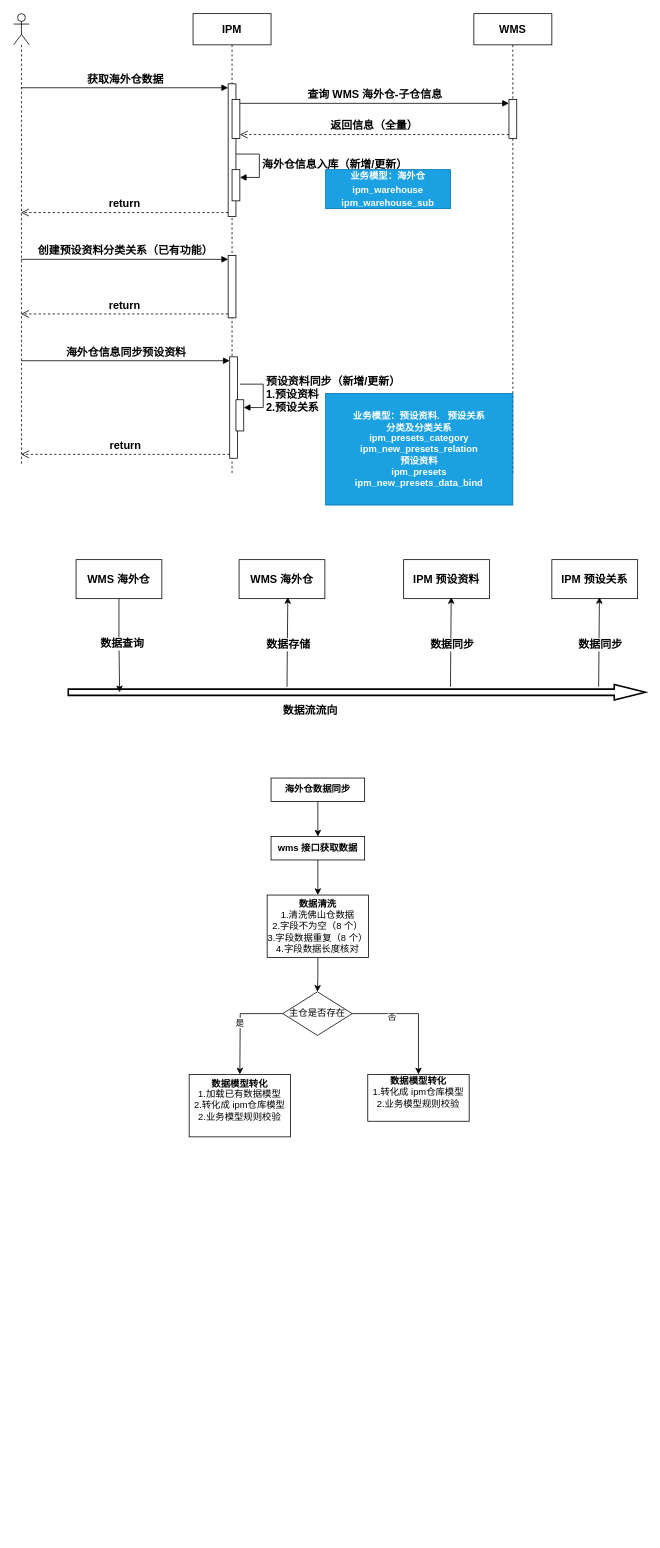
Above: shein/海外仓计划.drawio in Msimplehub/abbysun (draw.io), before the change. Source tidied: cells renumbered, new cells numbered last; positions are measured from the earlier drawing's top-left corner, leaving out a move shared by most shapes. Both pictures are drawn from the tidied source at 78%, with x=0, y=0 at pixel (13, 13).
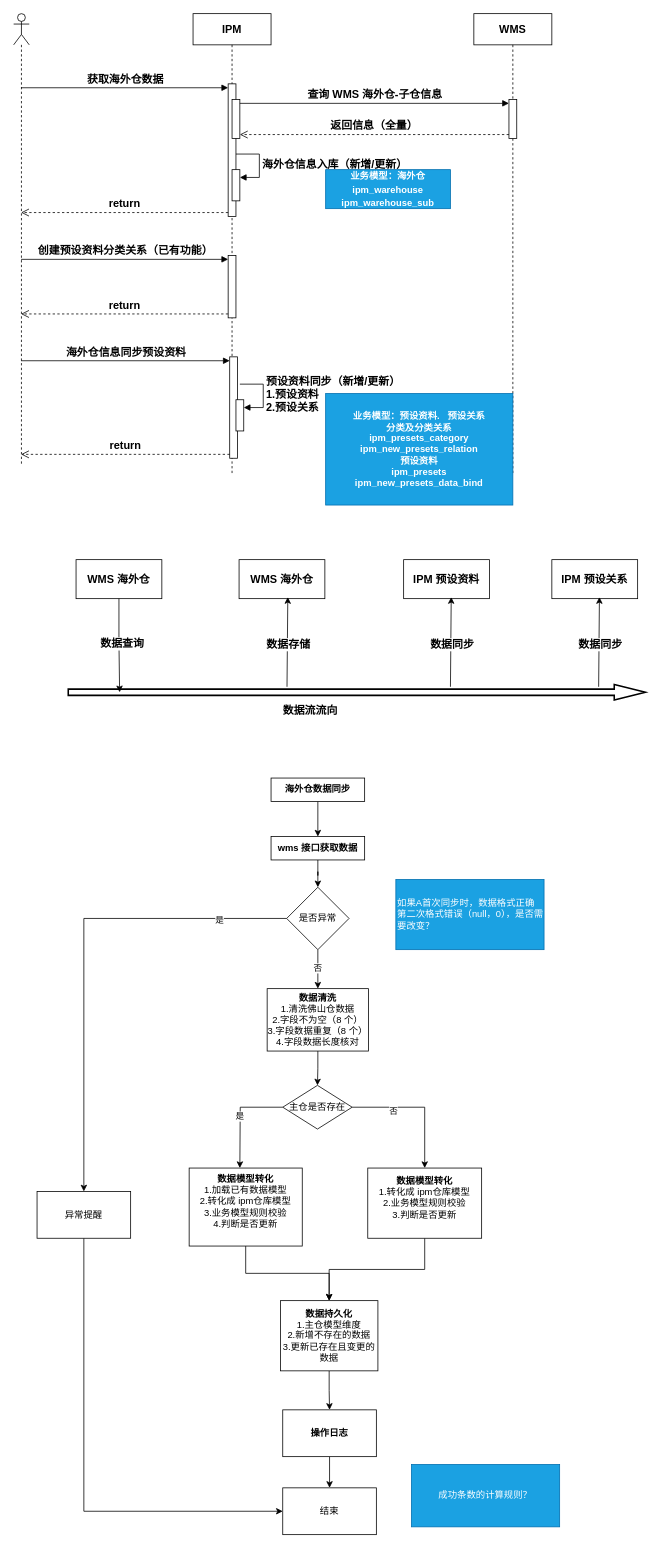
The same diagram, later.

Commit message:
更新海外仓计划.drawio

The change refers to these unchanged cells:
```xml
<mxCell id="41" value="&lt;b&gt;wms 接口获取数据&lt;/b&gt;" style="rounded=0;whiteSpace=wrap;html=1;" parent="1" vertex="1">
  <mxGeometry x="330" y="1055" width="120" height="30" as="geometry" />
</mxCell>
```

The edit, as a diff of the source:
```diff
@@
-    <mxCell id="40" style="edgeStyle=orthogonalEdgeStyle;rounded=0;jettySize=auto;html=1;exitX=0.5;exitY=1;exitDx=0;exitDy=0;entryX=0.5;entryY=0;entryDx=0;entryDy=0;" parent="1" edge="1" source="41" target="43">
+    <mxCell id="40" style="edgeStyle=orthogonalEdgeStyle;rounded=0;jettySize=auto;html=1;exitX=0.5;exitY=1;exitDx=0;exitDy=0;" parent="1" edge="1" source="41" target="60">
       <mxGeometry relative="1" as="geometry" />
     </mxCell>
@@
     <mxCell id="43" value="&lt;b&gt;数据清洗&lt;/b&gt;&lt;div&gt;1.清洗佛山仓数据&lt;br&gt;&lt;div&gt;2.字段不为空（8 个）&lt;/div&gt;&lt;div&gt;3.字段数据重复（8 个）&lt;/div&gt;&lt;div&gt;4.字段数据长度核对&lt;/div&gt;&lt;/div&gt;" style="rounded=0;whiteSpace=wrap;html=1;" parent="1" vertex="1">
-      <mxGeometry x="325" y="1130" width="130" height="80" as="geometry" />
+      <mxGeometry x="325" y="1250" width="130" height="80" as="geometry" />
     </mxCell>
+    <mxCell id="51" style="edgeStyle=orthogonalEdgeStyle;rounded=0;jettySize=auto;html=1;exitX=0.5;exitY=1;exitDx=0;exitDy=0;" parent="1" edge="1" source="44" target="54">
+      <mxGeometry relative="1" as="geometry" />
+    </mxCell>
-    <mxCell id="44" value="&lt;div&gt;&lt;b&gt;数据模型转化&lt;/b&gt;&lt;/div&gt;&lt;div&gt;1.加载已有数据模型&lt;/div&gt;&lt;div&gt;2.转化成 ipm仓库模型&lt;/div&gt;&lt;div&gt;2.业务模型规则校验&lt;/div&gt;&lt;div&gt;&lt;br&gt;&lt;/div&gt;" style="rounded=0;whiteSpace=wrap;html=1;" parent="1" vertex="1">
-      <mxGeometry x="225" y="1360" width="130" height="80" as="geometry" />
+    <mxCell id="44" value="&lt;div&gt;&lt;b&gt;数据模型转化&lt;/b&gt;&lt;/div&gt;&lt;div&gt;1.加载已有数据模型&lt;/div&gt;&lt;div&gt;2.转化成 ipm仓库模型&lt;/div&gt;&lt;div&gt;3.业务模型规则校验&lt;/div&gt;&lt;div&gt;4.判断是否更新&lt;/div&gt;&lt;div&gt;&lt;br&gt;&lt;/div&gt;" style="rounded=0;whiteSpace=wrap;html=1;" parent="1" vertex="1">
+      <mxGeometry x="225" y="1480" width="145" height="100" as="geometry" />
     </mxCell>
     <mxCell id="45" style="edgeStyle=orthogonalEdgeStyle;rounded=0;jettySize=auto;html=1;exitX=0;exitY=0.5;exitDx=0;exitDy=0;" parent="1" edge="1" source="49">
       <mxGeometry relative="1" as="geometry">
-        <mxPoint x="290" y="1360" as="targetPoint" />
+        <mxPoint x="290" y="1480" as="targetPoint" />
       </mxGeometry>
     </mxCell>
@@
     <mxCell id="49" value="主仓是否存在" style="rhombus;whiteSpace=wrap;html=1;" parent="1" vertex="1">
-      <mxGeometry x="345" y="1254" width="89" height="56" as="geometry" />
+      <mxGeometry x="345" y="1374" width="89" height="56" as="geometry" />
     </mxCell>
+    <mxCell id="52" style="edgeStyle=orthogonalEdgeStyle;rounded=0;jettySize=auto;html=1;exitX=0.5;exitY=1;exitDx=0;exitDy=0;entryX=0.5;entryY=0;entryDx=0;entryDy=0;" parent="1" edge="1" source="50" target="54">
+      <mxGeometry relative="1" as="geometry" />
+    </mxCell>
-    <mxCell id="50" value="&lt;div&gt;&lt;b&gt;数据模型转化&lt;/b&gt;&lt;/div&gt;&lt;div&gt;1.转化成 ipm仓库模型&lt;/div&gt;&lt;div&gt;2.业务模型规则校验&lt;/div&gt;&lt;div&gt;&lt;br&gt;&lt;/div&gt;" style="rounded=0;whiteSpace=wrap;html=1;" parent="1" vertex="1">
-      <mxGeometry x="454" y="1360" width="130" height="60" as="geometry" />
+    <mxCell id="50" value="&lt;div&gt;&lt;b&gt;数据模型转化&lt;/b&gt;&lt;/div&gt;&lt;div&gt;1.转化成 ipm仓库模型&lt;/div&gt;&lt;div&gt;2.业务模型规则校验&lt;/div&gt;&lt;div&gt;3.判断是否更新&lt;/div&gt;&lt;div&gt;&lt;br&gt;&lt;/div&gt;" style="rounded=0;whiteSpace=wrap;html=1;" parent="1" vertex="1">
+      <mxGeometry x="454" y="1480" width="146" height="90" as="geometry" />
     </mxCell>
+    <mxCell id="53" style="edgeStyle=orthogonalEdgeStyle;rounded=0;jettySize=auto;html=1;exitX=0.5;exitY=1;exitDx=0;exitDy=0;" parent="1" edge="1" source="54" target="64">
+      <mxGeometry relative="1" as="geometry" />
+    </mxCell>
+    <mxCell id="54" value="&lt;b&gt;数据持久化&lt;/b&gt;&lt;div&gt;1.主仓模型维度&lt;/div&gt;&lt;div&gt;2.新增不存在的数据&lt;/div&gt;&lt;div&gt;3.更新已存在且变更的数据&lt;/div&gt;" style="rounded=0;whiteSpace=wrap;html=1;" parent="1" vertex="1">
+      <mxGeometry x="342" y="1650" width="125" height="90" as="geometry" />
+    </mxCell>
+    <mxCell id="55" value="如果A首次同步时，数据格式正确&lt;div&gt;第二次格式错误（null，0），是否需要改变？&lt;/div&gt;" style="rounded=0;whiteSpace=wrap;html=1;fillColor=#1ba1e2;fontColor=#ffffff;strokeColor=#006EAF;align=left;" parent="1" vertex="1">
+      <mxGeometry x="490" y="1110" width="190" height="90" as="geometry" />
+    </mxCell>
+    <mxCell id="56" style="edgeStyle=orthogonalEdgeStyle;rounded=0;jettySize=auto;html=1;exitX=0.5;exitY=1;exitDx=0;exitDy=0;" parent="1" edge="1" source="60" target="43">
+      <mxGeometry relative="1" as="geometry" />
+    </mxCell>
+    <mxCell id="57" value="否" style="edgeLabel;html=1;align=center;verticalAlign=middle;" parent="56" vertex="1">
+      <mxGeometry x="-0.08" y="-1" relative="1" as="geometry" />
+    </mxCell>
+    <mxCell id="58" style="edgeStyle=orthogonalEdgeStyle;rounded=0;jettySize=auto;html=1;exitX=0;exitY=0.5;exitDx=0;exitDy=0;" parent="1" edge="1" source="60" target="62">
+      <mxGeometry relative="1" as="geometry" />
+    </mxCell>
+    <mxCell id="59" value="是" style="edgeLabel;html=1;align=center;verticalAlign=middle;" parent="58" vertex="1">
+      <mxGeometry x="-0.71" y="1" relative="1" as="geometry">
+        <mxPoint x="1" as="offset" />
+      </mxGeometry>
+    </mxCell>
+    <mxCell id="60" value="是否异常" style="rhombus;whiteSpace=wrap;html=1;" parent="1" vertex="1">
+      <mxGeometry x="350" y="1120" width="80" height="80" as="geometry" />
+    </mxCell>
+    <mxCell id="61" style="edgeStyle=orthogonalEdgeStyle;rounded=0;jettySize=auto;html=1;exitX=0.5;exitY=1;exitDx=0;exitDy=0;entryX=0;entryY=0.5;entryDx=0;entryDy=0;" parent="1" edge="1" source="62" target="65">
+      <mxGeometry relative="1" as="geometry" />
+    </mxCell>
+    <mxCell id="62" value="异常提醒" style="rounded=0;whiteSpace=wrap;html=1;" parent="1" vertex="1">
+      <mxGeometry x="30" y="1510" width="120" height="60" as="geometry" />
+    </mxCell>
+    <mxCell id="63" style="edgeStyle=orthogonalEdgeStyle;rounded=0;jettySize=auto;html=1;exitX=0.5;exitY=1;exitDx=0;exitDy=0;entryX=0.5;entryY=0;entryDx=0;entryDy=0;" parent="1" edge="1" source="64" target="65">
+      <mxGeometry relative="1" as="geometry" />
+    </mxCell>
+    <mxCell id="64" value="&lt;b&gt;操作日志&lt;/b&gt;" style="rounded=0;whiteSpace=wrap;html=1;" parent="1" vertex="1">
+      <mxGeometry x="345" y="1790" width="120" height="60" as="geometry" />
+    </mxCell>
+    <mxCell id="65" value="结束" style="rounded=0;whiteSpace=wrap;html=1;" parent="1" vertex="1">
+      <mxGeometry x="345" y="1890" width="120" height="60" as="geometry" />
+    </mxCell>
+    <mxCell id="66" value="成功条数的计算规则？" style="rounded=0;whiteSpace=wrap;html=1;fillColor=#1ba1e2;fontColor=#ffffff;strokeColor=#006EAF;" parent="1" vertex="1">
+      <mxGeometry x="510" y="1860" width="190" height="80" as="geometry" />
+    </mxCell>
```
